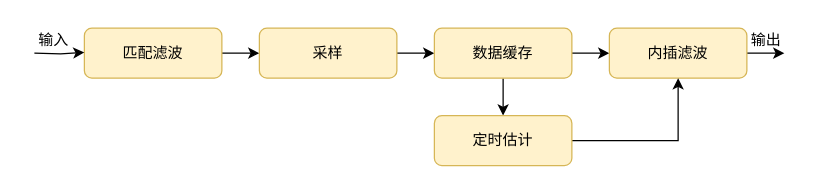
Earlier version of the draw.io diagram img/基于块的定时同步结构.drawio (Thesis7/satellite-burst-signal-demodulation-system-lab). Source tidied: cells renumbered, new cells numbered last; positions are measured from the earlier drawing's top-left corner, leaving out a move shared by most shapes. Both pictures are drawn from the tidied source at 125%, with x=0, y=0 at pixel (21, 21).
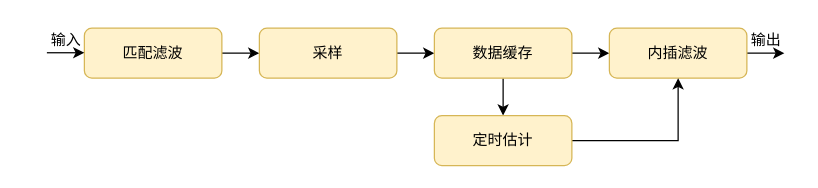
After the change.

Commit message (it also covers changes not shown here):
更新基于块的定时同步结构.drawio

What changed in the source:
```diff
@@
 <mxGraphModel>
   <root>
     <mxCell id="0" />
     <mxCell id="1" parent="0" />
     <mxCell id="2" style="edgeStyle=orthogonalEdgeStyle;rounded=0;jettySize=auto;html=1;exitX=1;exitY=0.5;exitDx=0;exitDy=0;entryX=0;entryY=0.5;entryDx=0;entryDy=0;" parent="1" edge="1" source="3" target="5">
       <mxGeometry relative="1" as="geometry" />
     </mxCell>
     <mxCell id="3" value="匹配滤波" style="rounded=1;whiteSpace=wrap;html=1;fillColor=#fff2cc;strokeColor=#d6b656;" parent="1" vertex="1">
       <mxGeometry x="50" y="5" width="110" height="40" as="geometry" />
     </mxCell>
     <mxCell id="4" style="edgeStyle=orthogonalEdgeStyle;rounded=0;jettySize=auto;html=1;exitX=1;exitY=0.5;exitDx=0;exitDy=0;" parent="1" edge="1" source="5" target="8">
       <mxGeometry relative="1" as="geometry" />
     </mxCell>
     <mxCell id="5" value="采样" style="rounded=1;whiteSpace=wrap;html=1;fillColor=#fff2cc;strokeColor=#d6b656;" parent="1" vertex="1">
       <mxGeometry x="190" y="5" width="110" height="40" as="geometry" />
     </mxCell>
     <mxCell id="6" style="edgeStyle=orthogonalEdgeStyle;rounded=0;jettySize=auto;html=1;exitX=0.5;exitY=1;exitDx=0;exitDy=0;entryX=0.5;entryY=0;entryDx=0;entryDy=0;" parent="1" edge="1" source="8" target="12">
       <mxGeometry relative="1" as="geometry" />
     </mxCell>
     <mxCell id="7" style="edgeStyle=orthogonalEdgeStyle;rounded=0;jettySize=auto;html=1;exitX=1;exitY=0.5;exitDx=0;exitDy=0;entryX=0;entryY=0.5;entryDx=0;entryDy=0;" parent="1" edge="1" source="8" target="10">
       <mxGeometry relative="1" as="geometry" />
     </mxCell>
     <mxCell id="8" value="数据缓存" style="rounded=1;whiteSpace=wrap;html=1;fillColor=#fff2cc;strokeColor=#d6b656;" parent="1" vertex="1">
       <mxGeometry x="330" y="5" width="110" height="40" as="geometry" />
     </mxCell>
     <mxCell id="9" style="edgeStyle=orthogonalEdgeStyle;rounded=0;jettySize=auto;html=1;exitX=1;exitY=0.5;exitDx=0;exitDy=0;" parent="1" edge="1" source="10">
       <mxGeometry relative="1" as="geometry">
         <mxPoint x="610" y="25" as="targetPoint" />
       </mxGeometry>
     </mxCell>
     <mxCell id="10" value="内插滤波" style="rounded=1;whiteSpace=wrap;html=1;fillColor=#fff2cc;strokeColor=#d6b656;" parent="1" vertex="1">
       <mxGeometry x="470" y="5" width="110" height="40" as="geometry" />
     </mxCell>
     <mxCell id="11" style="edgeStyle=orthogonalEdgeStyle;rounded=0;jettySize=auto;html=1;exitX=1;exitY=0.5;exitDx=0;exitDy=0;entryX=0.5;entryY=1;entryDx=0;entryDy=0;" parent="1" edge="1" source="12" target="10">
       <mxGeometry relative="1" as="geometry" />
     </mxCell>
     <mxCell id="12" value="定时估计" style="rounded=1;whiteSpace=wrap;html=1;fillColor=#fff2cc;strokeColor=#d6b656;" parent="1" vertex="1">
       <mxGeometry x="330" y="75" width="110" height="40" as="geometry" />
     </mxCell>
-    <mxCell id="13" style="edgeStyle=orthogonalEdgeStyle;rounded=0;orthogonalLoop=1;jettySize=auto;html=1;" parent="1" edge="1">
-      <mxGeometry relative="1" as="geometry">
-        <mxPoint x="10" y="25" as="sourcePoint" />
-        <mxPoint x="50" y="24.5" as="targetPoint" />
-      </mxGeometry>
-    </mxCell>
     <mxCell id="14" value="输入" style="text;html=1;align=center;verticalAlign=middle;strokeColor=none;fillColor=none;" parent="1" vertex="1">
-      <mxGeometry width="50" height="30" as="geometry" />
+      <mxGeometry x="10" width="50" height="30" as="geometry" />
     </mxCell>
     <mxCell id="15" value="输出" style="text;html=1;align=center;verticalAlign=middle;strokeColor=none;fillColor=none;" parent="1" vertex="1">
       <mxGeometry x="570" width="50" height="30" as="geometry" />
     </mxCell>
+    <mxCell id="16" style="edgeStyle=orthogonalEdgeStyle;rounded=0;orthogonalLoop=1;jettySize=auto;html=1;exitX=1;exitY=0.5;exitDx=0;exitDy=0;entryX=0;entryY=0.5;entryDx=0;entryDy=0;" parent="1" edge="1">
+      <mxGeometry relative="1" as="geometry">
+        <mxPoint x="20" y="24.7" as="sourcePoint" />
+        <mxPoint x="50" y="24.7" as="targetPoint" />
+      </mxGeometry>
+    </mxCell>
   </root>
 </mxGraphModel>
```
